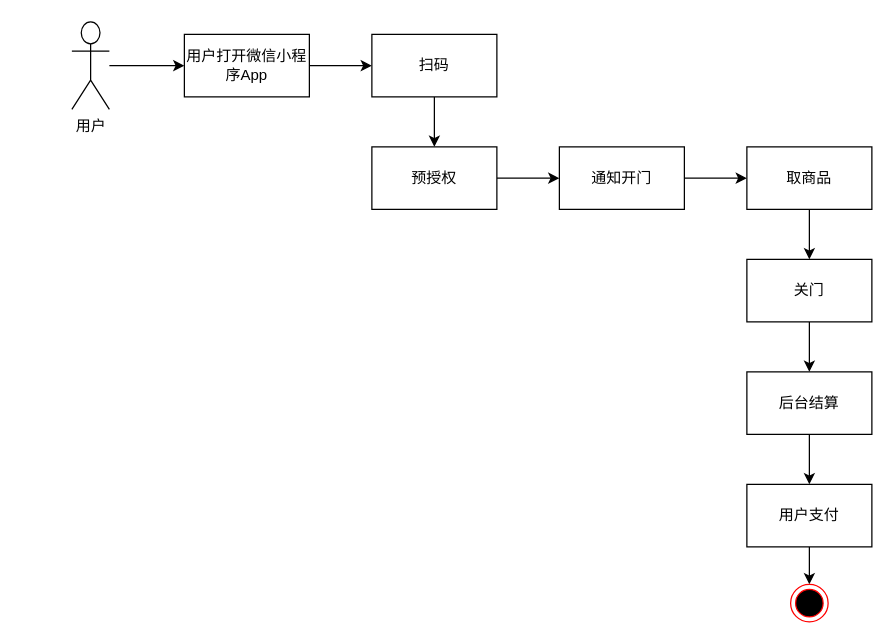
Earlier version of the draw.io diagram 智能货柜/智能货柜流程.drawio (niuxiaocong/zongjie-picture). Source tidied: cells renumbered, new cells numbered last; positions are measured from the earlier drawing's top-left corner, leaving out a move shared by most shapes. Both pictures are drawn from the tidied source at 125%, with x=0, y=0 at pixel (71, 21).
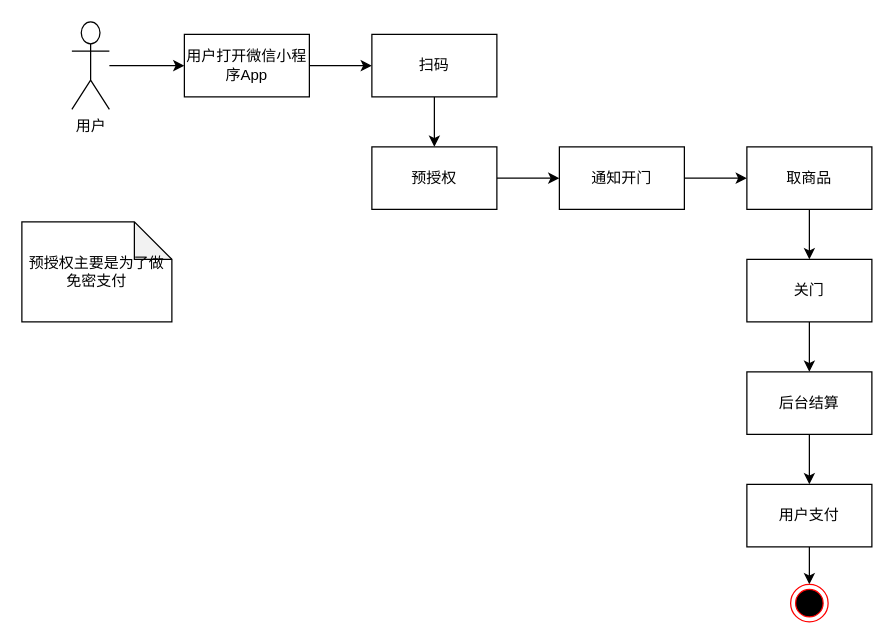
Above is the later version.

Commit message (it also covers changes not shown here):
智能货柜流程.drawio

The edit, as a diff of the source:
```diff
@@
+    <mxCell id="21" value="预授权主要是为了做免密支付" style="shape=note;whiteSpace=wrap;html=1;backgroundOutline=1;darkOpacity=0.05;" parent="1" vertex="1">
+      <mxGeometry x="-40" y="160" width="120" height="80" as="geometry" />
+    </mxCell>
```
